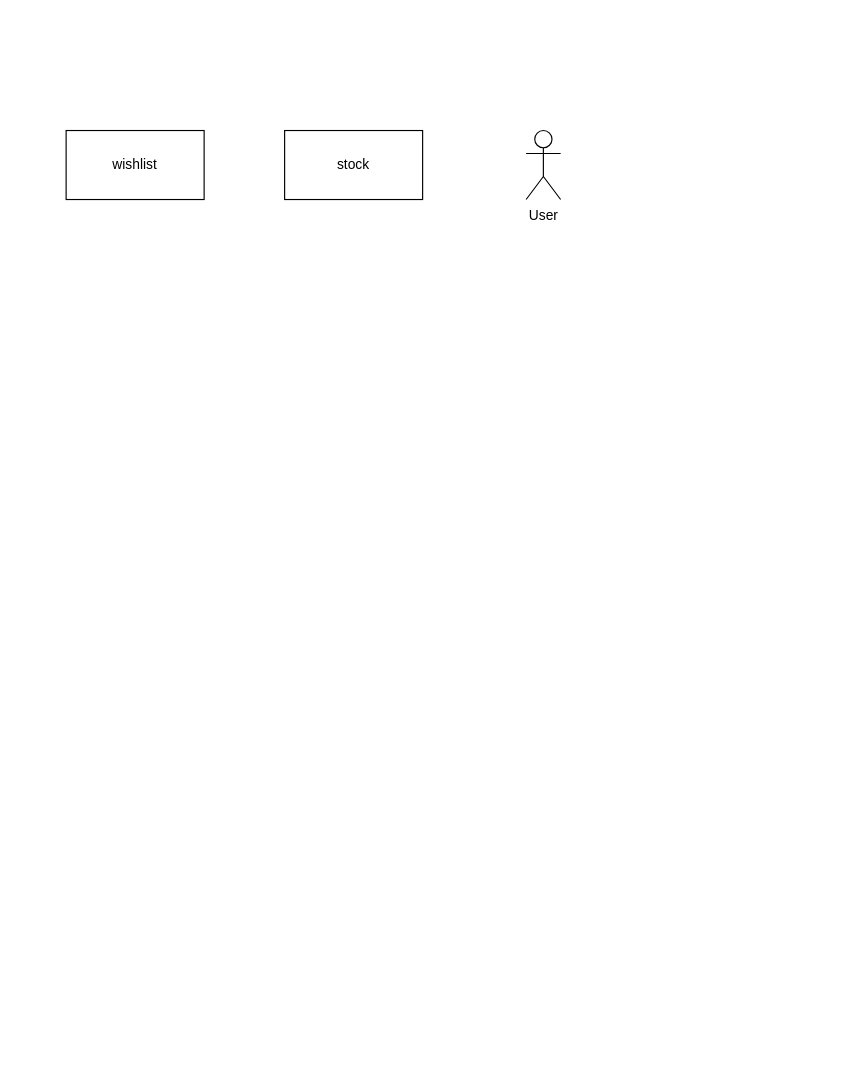
Before: page "Overview" (1 of 2) of specs/Overview.drawio in cptn-solo/edmarketplace, a draw.io diagram. Source tidied: cells renumbered, new cells numbered last; positions are measured from the earlier drawing's top-left corner, leaving out a move shared by most shapes. Both pictures are drawn from the tidied source at 115%, with x=0, y=0 at pixel (66, 130).
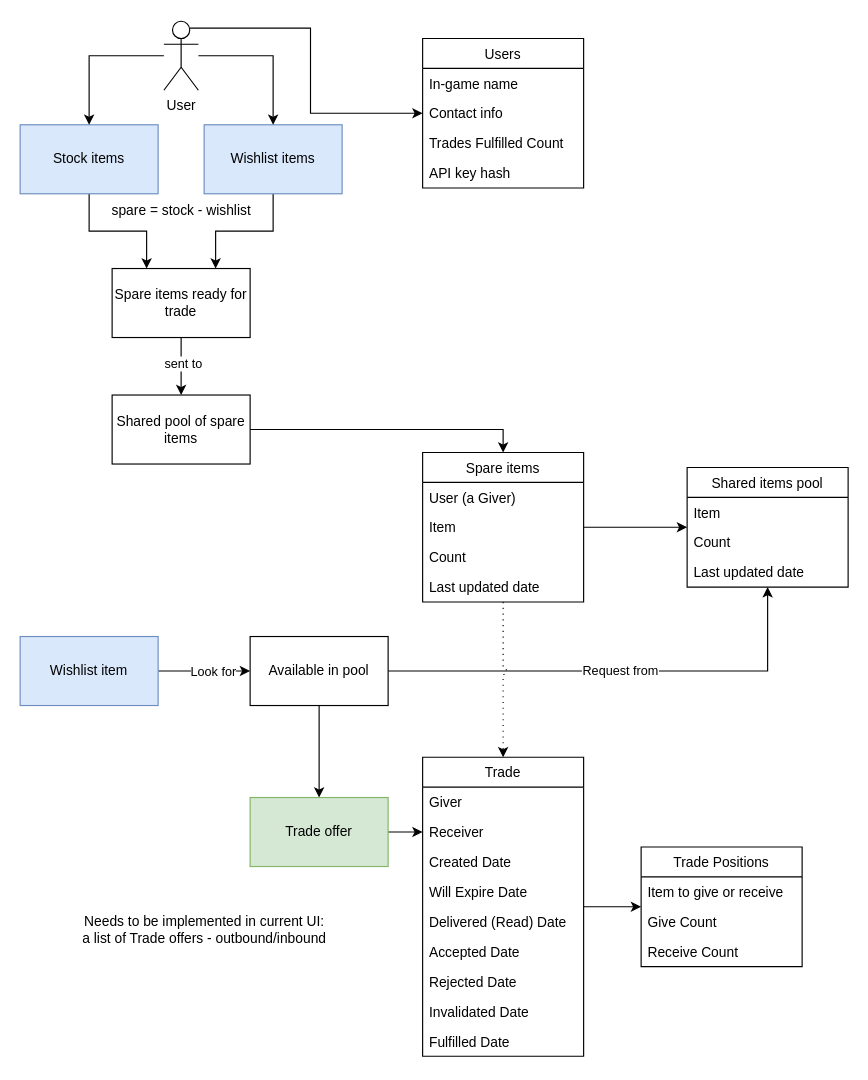
The same page after the edit.

What changed in the source:
```diff
@@
+    <mxCell id="5" style="edgeStyle=orthogonalEdgeStyle;rounded=0;jettySize=auto;html=1;entryX=0.75;entryY=0;entryDx=0;entryDy=0;" parent="1" edge="1" source="2" target="12">
+      <mxGeometry relative="1" as="geometry" />
+    </mxCell>
-    <mxCell id="2" value="wishlist" style="rounded=0;whiteSpace=wrap;html=1;" parent="1" vertex="1">
-      <mxGeometry width="120" height="60" as="geometry" />
+    <mxCell id="2" value="Wishlist items" style="rounded=0;whiteSpace=wrap;html=1;fillColor=#dae8fc;strokeColor=#6c8ebf;" parent="1" vertex="1">
+      <mxGeometry x="120" y="-5" width="120" height="60" as="geometry" />
     </mxCell>
+    <mxCell id="6" style="edgeStyle=orthogonalEdgeStyle;rounded=0;jettySize=auto;html=1;entryX=0.25;entryY=0;entryDx=0;entryDy=0;" parent="1" edge="1" source="3" target="12">
+      <mxGeometry relative="1" as="geometry" />
+    </mxCell>
-    <mxCell id="3" value="stock" style="rounded=0;whiteSpace=wrap;html=1;" parent="1" vertex="1">
-      <mxGeometry x="190" width="120" height="60" as="geometry" />
+    <mxCell id="3" value="Stock items" style="rounded=0;whiteSpace=wrap;html=1;fillColor=#dae8fc;strokeColor=#6c8ebf;" parent="1" vertex="1">
+      <mxGeometry x="-40" y="-5" width="120" height="60" as="geometry" />
     </mxCell>
+    <mxCell id="7" style="edgeStyle=orthogonalEdgeStyle;rounded=0;jettySize=auto;html=1;entryX=0.5;entryY=0;entryDx=0;entryDy=0;" parent="1" edge="1" source="4" target="3">
+      <mxGeometry relative="1" as="geometry" />
+    </mxCell>
+    <mxCell id="8" style="edgeStyle=orthogonalEdgeStyle;rounded=0;jettySize=auto;html=1;entryX=0.5;entryY=0;entryDx=0;entryDy=0;" parent="1" edge="1" source="4" target="2">
+      <mxGeometry relative="1" as="geometry" />
+    </mxCell>
+    <mxCell id="9" style="edgeStyle=orthogonalEdgeStyle;rounded=0;jettySize=auto;html=1;exitX=0.75;exitY=0.1;exitDx=0;exitDy=0;exitPerimeter=0;entryX=0;entryY=0.5;entryDx=0;entryDy=0;" parent="1" edge="1" source="4" target="45">
+      <mxGeometry relative="1" as="geometry" />
+    </mxCell>
     <mxCell id="4" value="User" style="shape=umlActor;verticalLabelPosition=bottom;verticalAlign=top;html=1;outlineConnect=0;" parent="1" vertex="1">
-      <mxGeometry x="400" width="30" height="60" as="geometry" />
+      <mxGeometry x="85" y="-95" width="30" height="60" as="geometry" />
     </mxCell>
+    <mxCell id="10" style="edgeStyle=orthogonalEdgeStyle;rounded=0;jettySize=auto;html=1;entryX=0.5;entryY=0;entryDx=0;entryDy=0;" parent="1" edge="1" source="12" target="14">
+      <mxGeometry relative="1" as="geometry" />
+    </mxCell>
+    <mxCell id="11" value="sent to" style="edgeLabel;html=1;align=center;verticalAlign=middle;" parent="10" vertex="1">
+      <mxGeometry x="-0.12" y="1" relative="1" as="geometry" />
+    </mxCell>
+    <mxCell id="12" value="Spare items ready for trade" style="rounded=0;whiteSpace=wrap;html=1;" parent="1" vertex="1">
+      <mxGeometry x="40" y="120" width="120" height="60" as="geometry" />
+    </mxCell>
+    <mxCell id="13" style="edgeStyle=orthogonalEdgeStyle;rounded=0;jettySize=auto;html=1;entryX=0.5;entryY=0;entryDx=0;entryDy=0;" parent="1" edge="1" source="14" target="16">
+      <mxGeometry relative="1" as="geometry" />
+    </mxCell>
+    <mxCell id="14" value="Shared pool of spare items" style="rounded=0;whiteSpace=wrap;html=1;" parent="1" vertex="1">
+      <mxGeometry x="40" y="230" width="120" height="60" as="geometry" />
+    </mxCell>
+    <mxCell id="15" style="edgeStyle=orthogonalEdgeStyle;rounded=0;jettySize=auto;html=1;" parent="1" edge="1" source="16" target="51">
+      <mxGeometry relative="1" as="geometry" />
+    </mxCell>
+    <mxCell id="16" value="Spare items" style="swimlane;fontStyle=0;horizontal=1;startSize=26;" parent="1" vertex="1">
+      <mxGeometry x="310" y="280" width="140" height="130" as="geometry" />
+    </mxCell>
+    <mxCell id="17" value="User (a Giver)" style="text;strokeColor=none;fillColor=none;align=left;verticalAlign=top;spacingLeft=4;spacingRight=4;overflow=hidden;" parent="16" vertex="1">
+      <mxGeometry y="26" width="140" height="26" as="geometry" />
+    </mxCell>
+    <mxCell id="18" value="Item" style="text;strokeColor=none;fillColor=none;align=left;verticalAlign=top;spacingLeft=4;spacingRight=4;overflow=hidden;" parent="16" vertex="1">
+      <mxGeometry y="52" width="140" height="26" as="geometry" />
+    </mxCell>
+    <mxCell id="19" value="Count" style="text;strokeColor=none;fillColor=none;align=left;verticalAlign=top;spacingLeft=4;spacingRight=4;overflow=hidden;" parent="16" vertex="1">
+      <mxGeometry y="78" width="140" height="26" as="geometry" />
+    </mxCell>
+    <mxCell id="20" value="Last updated date" style="text;strokeColor=none;fillColor=none;align=left;verticalAlign=top;spacingLeft=4;spacingRight=4;overflow=hidden;" parent="16" vertex="1">
+      <mxGeometry y="104" width="140" height="26" as="geometry" />
+    </mxCell>
+    <mxCell id="21" value="spare = stock - wishlist" style="text;html=1;align=center;verticalAlign=middle;strokeColor=none;" parent="1" vertex="1">
+      <mxGeometry x="30" y="60" width="140" height="20" as="geometry" />
+    </mxCell>
+    <mxCell id="22" style="edgeStyle=orthogonalEdgeStyle;rounded=0;jettySize=auto;html=1;" parent="1" edge="1" source="24" target="27">
+      <mxGeometry relative="1" as="geometry" />
+    </mxCell>
+    <mxCell id="23" value="Look for" style="edgeLabel;html=1;align=center;verticalAlign=middle;" parent="22" vertex="1">
+      <mxGeometry x="-0.22" y="-3" relative="1" as="geometry">
+        <mxPoint x="16" y="-3" as="offset" />
+      </mxGeometry>
+    </mxCell>
+    <mxCell id="24" value="Wishlist item" style="rounded=0;whiteSpace=wrap;html=1;fillColor=#dae8fc;strokeColor=#6c8ebf;" parent="1" vertex="1">
+      <mxGeometry x="-40" y="440" width="120" height="60" as="geometry" />
+    </mxCell>
+    <mxCell id="25" value="Request from" style="edgeStyle=orthogonalEdgeStyle;rounded=0;jettySize=auto;html=1;" parent="1" edge="1" source="27" target="51">
+      <mxGeometry relative="1" as="geometry" />
+    </mxCell>
+    <mxCell id="26" style="edgeStyle=orthogonalEdgeStyle;rounded=0;jettySize=auto;html=1;entryX=0.5;entryY=0;entryDx=0;entryDy=0;" parent="1" edge="1" source="27" target="29">
+      <mxGeometry relative="1" as="geometry" />
+    </mxCell>
+    <mxCell id="27" value="Available in pool" style="rounded=0;whiteSpace=wrap;html=1;" parent="1" vertex="1">
+      <mxGeometry x="160" y="440" width="120" height="60" as="geometry" />
+    </mxCell>
+    <mxCell id="28" style="edgeStyle=orthogonalEdgeStyle;rounded=0;jettySize=auto;html=1;entryX=0;entryY=0.5;entryDx=0;entryDy=0;" parent="1" edge="1" source="29" target="33">
+      <mxGeometry relative="1" as="geometry" />
+    </mxCell>
+    <mxCell id="29" value="Trade offer" style="rounded=0;whiteSpace=wrap;html=1;fillColor=#d5e8d4;strokeColor=#82b366;" parent="1" vertex="1">
+      <mxGeometry x="160" y="580" width="120" height="60" as="geometry" />
+    </mxCell>
+    <mxCell id="30" style="edgeStyle=orthogonalEdgeStyle;rounded=0;jettySize=auto;html=1;" parent="1" edge="1" source="31" target="41">
+      <mxGeometry relative="1" as="geometry" />
+    </mxCell>
+    <mxCell id="31" value="Trade" style="swimlane;fontStyle=0;horizontal=1;startSize=26;" parent="1" vertex="1">
+      <mxGeometry x="310" y="545" width="140" height="260" as="geometry" />
+    </mxCell>
+    <mxCell id="32" value="Giver" style="text;strokeColor=none;fillColor=none;align=left;verticalAlign=top;spacingLeft=4;spacingRight=4;overflow=hidden;" parent="31" vertex="1">
+      <mxGeometry y="26" width="140" height="26" as="geometry" />
+    </mxCell>
+    <mxCell id="33" value="Receiver" style="text;strokeColor=none;fillColor=none;align=left;verticalAlign=top;spacingLeft=4;spacingRight=4;overflow=hidden;points=[[0,0.5],[1,0.5]];portConstraint=eastwest;" parent="31" vertex="1">
+      <mxGeometry y="52" width="140" height="26" as="geometry" />
+    </mxCell>
+    <mxCell id="34" value="Created Date" style="text;strokeColor=none;fillColor=none;align=left;verticalAlign=top;spacingLeft=4;spacingRight=4;overflow=hidden;" parent="31" vertex="1">
+      <mxGeometry y="78" width="140" height="26" as="geometry" />
+    </mxCell>
+    <mxCell id="35" value="Will Expire Date" style="text;strokeColor=none;fillColor=none;align=left;verticalAlign=top;spacingLeft=4;spacingRight=4;overflow=hidden;" parent="31" vertex="1">
+      <mxGeometry y="104" width="140" height="26" as="geometry" />
+    </mxCell>
+    <mxCell id="36" value="Delivered (Read) Date" style="text;strokeColor=none;fillColor=none;align=left;verticalAlign=top;spacingLeft=4;spacingRight=4;overflow=hidden;" parent="31" vertex="1">
+      <mxGeometry y="130" width="140" height="26" as="geometry" />
+    </mxCell>
+    <mxCell id="37" value="Accepted Date" style="text;strokeColor=none;fillColor=none;align=left;verticalAlign=top;spacingLeft=4;spacingRight=4;overflow=hidden;" parent="31" vertex="1">
+      <mxGeometry y="156" width="140" height="26" as="geometry" />
+    </mxCell>
+    <mxCell id="38" value="Rejected Date" style="text;strokeColor=none;fillColor=none;align=left;verticalAlign=top;spacingLeft=4;spacingRight=4;overflow=hidden;" parent="31" vertex="1">
+      <mxGeometry y="182" width="140" height="26" as="geometry" />
+    </mxCell>
+    <mxCell id="39" value="Invalidated Date" style="text;strokeColor=none;fillColor=none;align=left;verticalAlign=top;spacingLeft=4;spacingRight=4;overflow=hidden;" parent="31" vertex="1">
+      <mxGeometry y="208" width="140" height="26" as="geometry" />
+    </mxCell>
+    <mxCell id="40" value="Fulfilled Date" style="text;strokeColor=none;fillColor=none;align=left;verticalAlign=top;spacingLeft=4;spacingRight=4;overflow=hidden;" parent="31" vertex="1">
+      <mxGeometry y="234" width="140" height="26" as="geometry" />
+    </mxCell>
+    <mxCell id="41" value="Trade Positions" style="swimlane;fontStyle=0;horizontal=1;startSize=26;" parent="1" vertex="1">
+      <mxGeometry x="500" y="623" width="140" height="104" as="geometry" />
+    </mxCell>
+    <mxCell id="42" value="Item to give or receive" style="text;strokeColor=none;fillColor=none;align=left;verticalAlign=top;spacingLeft=4;spacingRight=4;overflow=hidden;" parent="41" vertex="1">
+      <mxGeometry y="26" width="140" height="26" as="geometry" />
+    </mxCell>
+    <mxCell id="43" value="Give Count" style="text;strokeColor=none;fillColor=none;align=left;verticalAlign=top;spacingLeft=4;spacingRight=4;overflow=hidden;" parent="41" vertex="1">
+      <mxGeometry y="52" width="140" height="26" as="geometry" />
+    </mxCell>
+    <mxCell id="44" value="Receive Count" style="text;strokeColor=none;fillColor=none;align=left;verticalAlign=top;spacingLeft=4;spacingRight=4;overflow=hidden;" parent="41" vertex="1">
+      <mxGeometry y="78" width="140" height="26" as="geometry" />
+    </mxCell>
+    <mxCell id="45" value="Users" style="swimlane;fontStyle=0;horizontal=1;startSize=26;" parent="1" vertex="1">
+      <mxGeometry x="310" y="-80" width="140" height="130" as="geometry" />
+    </mxCell>
+    <mxCell id="46" value="In-game name" style="text;strokeColor=none;fillColor=none;align=left;verticalAlign=top;spacingLeft=4;spacingRight=4;overflow=hidden;" parent="45" vertex="1">
+      <mxGeometry y="26" width="140" height="26" as="geometry" />
+    </mxCell>
+    <mxCell id="47" value="Contact info" style="text;strokeColor=none;fillColor=none;align=left;verticalAlign=top;spacingLeft=4;spacingRight=4;overflow=hidden;" parent="45" vertex="1">
+      <mxGeometry y="52" width="140" height="26" as="geometry" />
+    </mxCell>
+    <mxCell id="48" value="Trades Fulfilled Count" style="text;strokeColor=none;fillColor=none;align=left;verticalAlign=top;spacingLeft=4;spacingRight=4;overflow=hidden;" parent="45" vertex="1">
+      <mxGeometry y="78" width="140" height="26" as="geometry" />
+    </mxCell>
+    <mxCell id="49" value="API key hash" style="text;strokeColor=none;fillColor=none;align=left;verticalAlign=top;spacingLeft=4;spacingRight=4;overflow=hidden;" parent="45" vertex="1">
+      <mxGeometry y="104" width="140" height="26" as="geometry" />
+    </mxCell>
+    <mxCell id="50" value="Needs to be implemented in current UI:&lt;br&gt;a list of Trade offers - outbound/inbound" style="text;html=1;align=center;verticalAlign=middle;strokeColor=none;" parent="1" vertex="1">
+      <mxGeometry x="5" y="680" width="230" height="30" as="geometry" />
+    </mxCell>
+    <mxCell id="51" value="Shared items pool" style="swimlane;fontStyle=0;horizontal=1;startSize=26;" parent="1" vertex="1">
+      <mxGeometry x="540" y="293" width="140" height="104" as="geometry" />
+    </mxCell>
+    <mxCell id="52" value="Item" style="text;strokeColor=none;fillColor=none;align=left;verticalAlign=top;spacingLeft=4;spacingRight=4;overflow=hidden;" parent="51" vertex="1">
+      <mxGeometry y="26" width="140" height="26" as="geometry" />
+    </mxCell>
+    <mxCell id="53" value="Count" style="text;strokeColor=none;fillColor=none;align=left;verticalAlign=top;spacingLeft=4;spacingRight=4;overflow=hidden;" parent="51" vertex="1">
+      <mxGeometry y="52" width="140" height="26" as="geometry" />
+    </mxCell>
+    <mxCell id="54" value="Last updated date" style="text;strokeColor=none;fillColor=none;align=left;verticalAlign=top;spacingLeft=4;spacingRight=4;overflow=hidden;" parent="51" vertex="1">
+      <mxGeometry y="78" width="140" height="26" as="geometry" />
+    </mxCell>
+    <mxCell id="55" style="edgeStyle=orthogonalEdgeStyle;rounded=0;jettySize=auto;html=1;jumpStyle=arc;dashed=1;dashPattern=1 4;" parent="1" edge="1" source="16" target="31">
+      <mxGeometry relative="1" as="geometry" />
+    </mxCell>
```
